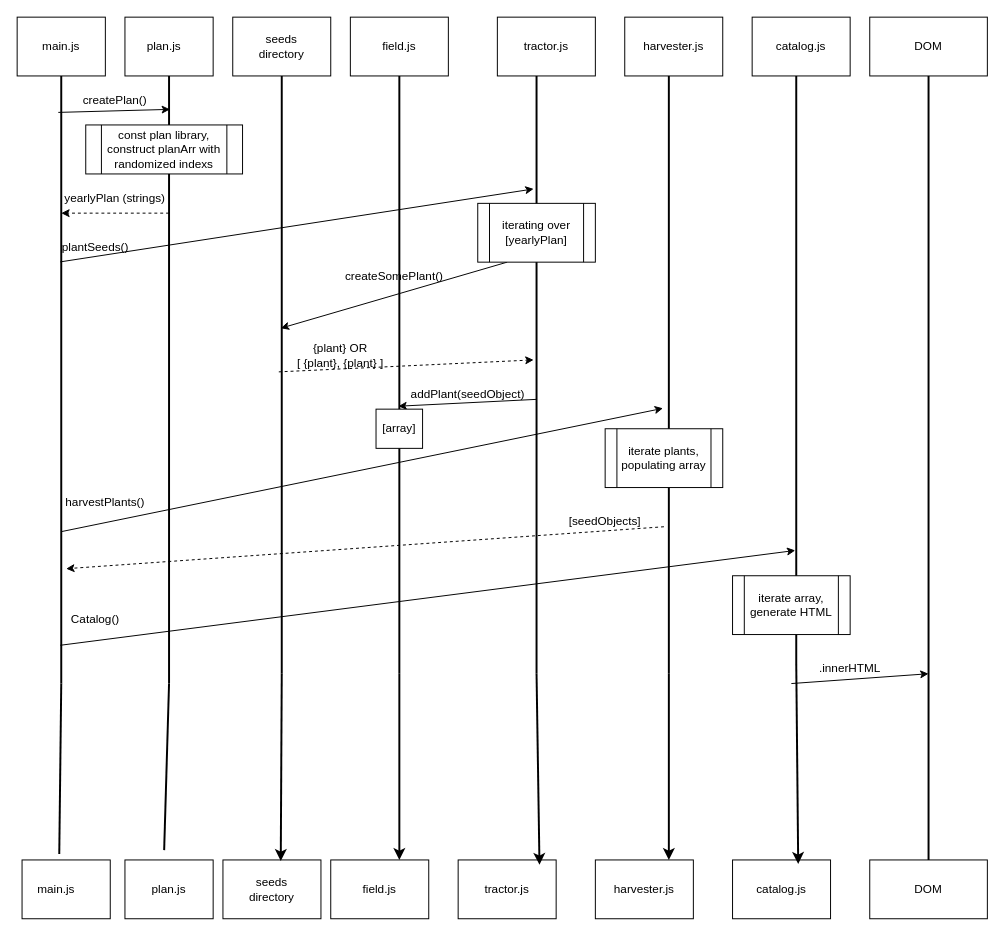
Before: sequenceDiagram.drawio in NSS-Day-Cohort-73/modern-farm-c73-josh-tyler-lindsay-logan, a draw.io diagram. Source tidied: cells renumbered, new cells numbered last; positions are measured from the earlier drawing's top-left corner, leaving out a move shared by most shapes. Both pictures are drawn from the tidied source at 98%, with x=0, y=0 at pixel (17, 17).
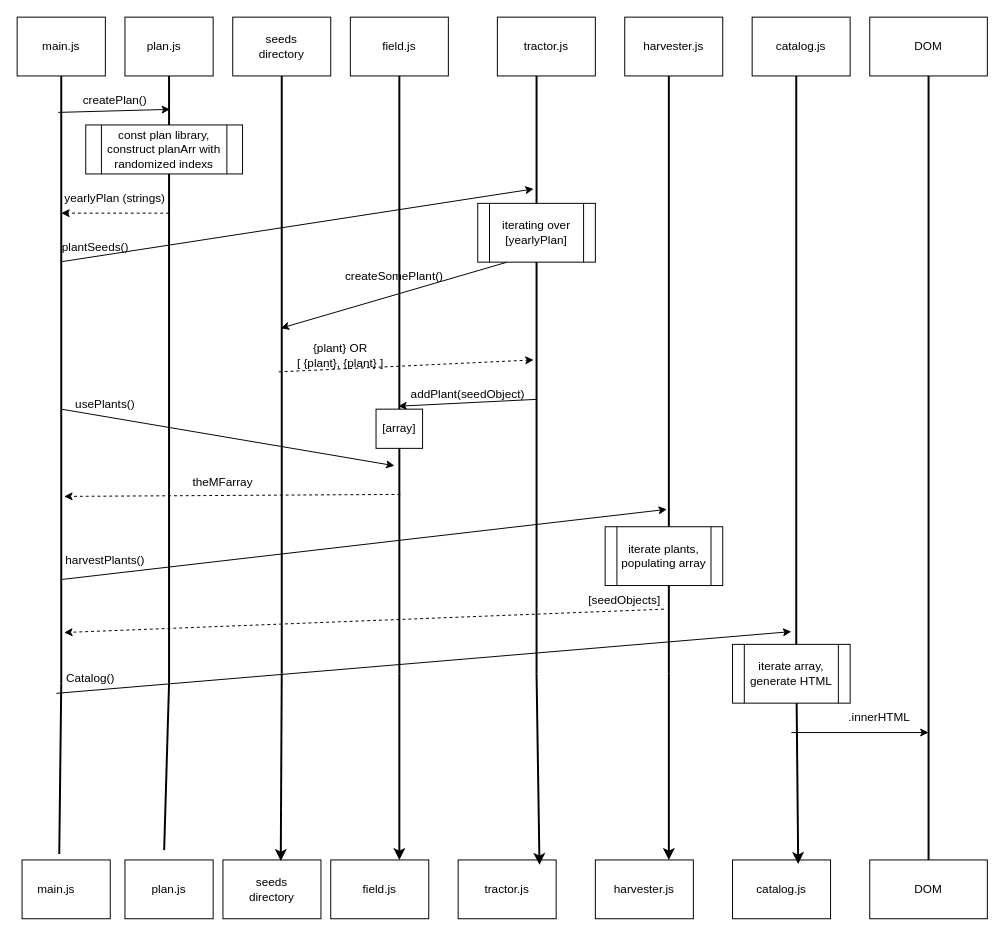
The same page after the edit.

Commit message (it also covers changes not shown here):
added harvester module and updated sequence diagram

Unchanged cells that the change refers to:
```xml
<mxCell id="47" style="line;strokeWidth=2;direction=south;html=1;" parent="1" vertex="1">
  <mxGeometry x="40" y="60" width="10" height="620" as="geometry" />
</mxCell>
<mxCell id="52" style="line;strokeWidth=2;direction=south;html=1;" parent="1" vertex="1">
  <mxGeometry x="385" y="60" width="10" height="610" as="geometry" />
</mxCell>
<mxCell id="55" style="line;strokeWidth=2;direction=south;html=1;" parent="1" vertex="1">
  <mxGeometry x="790" y="60" width="10" height="600" as="geometry" />
</mxCell>
<mxCell id="57" style="line;strokeWidth=2;direction=south;html=1;" parent="1" vertex="1">
  <mxGeometry x="660" y="60" width="10" height="610" as="geometry" />
</mxCell>
```

Change to the diagram source:
```diff
@@
     <mxCell id="54" style="edgeStyle=none;jumpSize=12;html=1;strokeWidth=1;" parent="1" edge="1">
       <mxGeometry relative="1" as="geometry">
-        <mxPoint x="790" y="680" as="sourcePoint" />
-        <mxPoint x="930" y="670" as="targetPoint" />
+        <mxPoint x="790" y="730" as="sourcePoint" />
+        <mxPoint x="930" y="730" as="targetPoint" />
       </mxGeometry>
     </mxCell>
@@
-    <mxCell id="73" style="endArrow=classic;html=1;exitX=0.75;exitY=0.5;exitDx=0;exitDy=0;exitPerimeter=0;entryX=0.556;entryY=1.1;entryDx=0;entryDy=0;entryPerimeter=0;" parent="1" edge="1" source="47" target="57">
+    <mxCell id="73" style="endArrow=classic;html=1;exitX=0.829;exitY=0.6;exitDx=0;exitDy=0;exitPerimeter=0;entryX=0.725;entryY=0.7;entryDx=0;entryDy=0;entryPerimeter=0;" parent="1" edge="1" source="47" target="57">
       <mxGeometry relative="1" as="geometry" />
     </mxCell>
     <mxCell id="74" value="harvestPlants()" style="text;strokeColor=none;align=center;fillColor=none;html=1;verticalAlign=middle;whiteSpace=wrap;rounded=0;" parent="1" vertex="1">
-      <mxGeometry x="60" y="480" width="60" height="30" as="geometry" />
+      <mxGeometry x="60" y="540" width="60" height="30" as="geometry" />
     </mxCell>
-    <mxCell id="75" style="endArrow=classic;html=1;entryX=0.811;entryY=0;entryDx=0;entryDy=0;entryPerimeter=0;dashed=1;" parent="1" edge="1" target="47">
-      <mxGeometry relative="1" as="geometry">
-        <mxPoint x="660" y="520" as="sourcePoint" />
-      </mxGeometry>
+    <mxCell id="75" style="endArrow=classic;html=1;entryX=0.916;entryY=0.2;entryDx=0;entryDy=0;entryPerimeter=0;dashed=1;exitX=0.892;exitY=1;exitDx=0;exitDy=0;exitPerimeter=0;" parent="1" edge="1" source="57" target="47">
+      <mxGeometry relative="1" as="geometry" />
     </mxCell>
     <mxCell id="76" value="iterate plants, populating array" style="shape=process;whiteSpace=wrap;html=1;backgroundOutline=1;" parent="1" vertex="1">
-      <mxGeometry x="600" y="420" width="120" height="60" as="geometry" />
+      <mxGeometry x="600" y="520" width="120" height="60" as="geometry" />
     </mxCell>
     <mxCell id="77" value="[seedObjects]" style="text;strokeColor=none;align=center;fillColor=none;html=1;verticalAlign=middle;whiteSpace=wrap;rounded=0;" parent="1" vertex="1">
-      <mxGeometry x="570" y="500" width="60" height="30" as="geometry" />
+      <mxGeometry x="590" y="580" width="60" height="30" as="geometry" />
     </mxCell>
-    <mxCell id="78" style="endArrow=classic;html=1;entryX=0.807;entryY=0.6;entryDx=0;entryDy=0;entryPerimeter=0;exitX=0.937;exitY=0.6;exitDx=0;exitDy=0;exitPerimeter=0;" parent="1" edge="1" source="47" target="55">
-      <mxGeometry relative="1" as="geometry" />
+    <mxCell id="78" style="endArrow=classic;html=1;entryX=0.945;entryY=1;entryDx=0;entryDy=0;entryPerimeter=0;" parent="1" edge="1" target="55">
+      <mxGeometry relative="1" as="geometry">
+        <mxPoint x="40" y="690" as="sourcePoint" />
+      </mxGeometry>
     </mxCell>
     <mxCell id="79" value="Catalog()" style="text;strokeColor=none;align=center;fillColor=none;html=1;verticalAlign=middle;whiteSpace=wrap;rounded=0;" parent="1" vertex="1">
-      <mxGeometry x="50" y="600" width="60" height="30" as="geometry" />
+      <mxGeometry x="45" y="660" width="60" height="30" as="geometry" />
     </mxCell>
@@
     <mxCell id="82" value="iterate array,&lt;br&gt;generate HTML" style="shape=process;whiteSpace=wrap;html=1;backgroundOutline=1;" parent="1" vertex="1">
-      <mxGeometry x="730" y="570" width="120" height="60" as="geometry" />
+      <mxGeometry x="730" y="640" width="120" height="60" as="geometry" />
     </mxCell>
@@
     <mxCell id="87" value=".innerHTML" style="text;strokeColor=none;align=center;fillColor=none;html=1;verticalAlign=middle;whiteSpace=wrap;rounded=0;" parent="1" vertex="1">
-      <mxGeometry x="820" y="650" width="60" height="30" as="geometry" />
+      <mxGeometry x="850" y="700" width="60" height="30" as="geometry" />
     </mxCell>
+    <mxCell id="88" style="endArrow=classic;html=1;entryX=0.652;entryY=1;entryDx=0;entryDy=0;entryPerimeter=0;" parent="1" edge="1" target="52">
+      <mxGeometry relative="1" as="geometry">
+        <mxPoint x="45" y="400" as="sourcePoint" />
+      </mxGeometry>
+    </mxCell>
+    <mxCell id="89" value="usePlants()" style="text;strokeColor=none;align=center;fillColor=none;html=1;verticalAlign=middle;whiteSpace=wrap;rounded=0;" parent="1" vertex="1">
+      <mxGeometry x="60" y="380" width="60" height="30" as="geometry" />
+    </mxCell>
+    <mxCell id="90" style="endArrow=classic;html=1;exitX=0.7;exitY=0.4;exitDx=0;exitDy=0;exitPerimeter=0;entryX=0.692;entryY=0.2;entryDx=0;entryDy=0;entryPerimeter=0;dashed=1;" parent="1" edge="1" source="52" target="47">
+      <mxGeometry relative="1" as="geometry" />
+    </mxCell>
+    <mxCell id="91" value="theMFarray" style="text;strokeColor=none;align=center;fillColor=none;html=1;verticalAlign=middle;whiteSpace=wrap;rounded=0;" parent="1" vertex="1">
+      <mxGeometry x="180" y="460" width="60" height="30" as="geometry" />
+    </mxCell>
```
